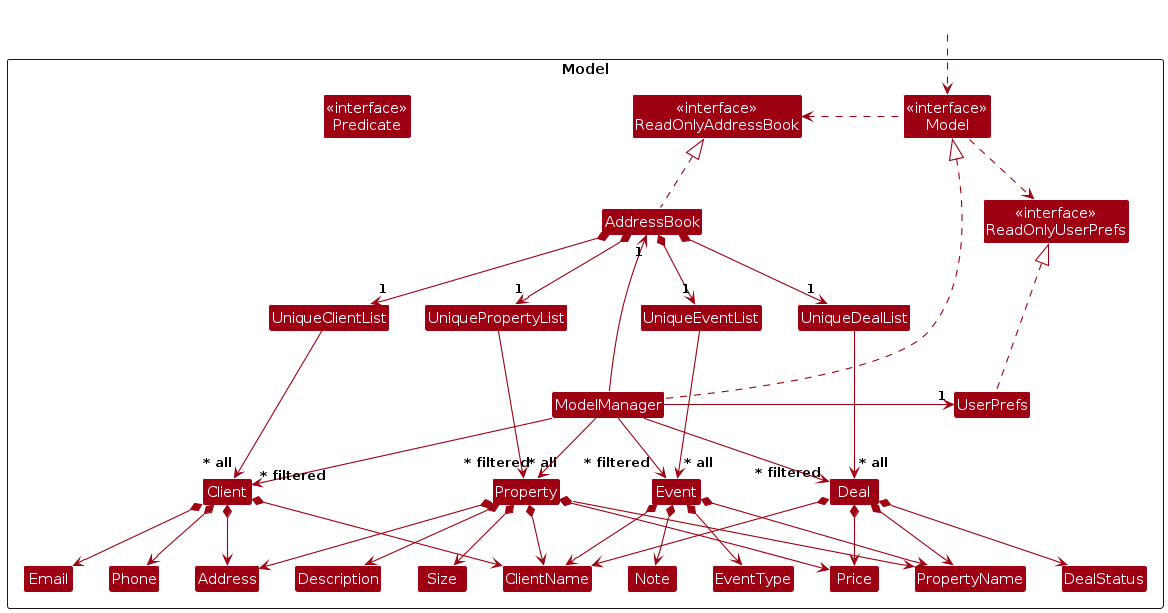
This is diagrams/ModelClassDiagram.png from githubcsuser/tp, a PlantUML export, as it was before one commit. Its source is kept beside it as diagrams/ModelClassDiagram.puml.
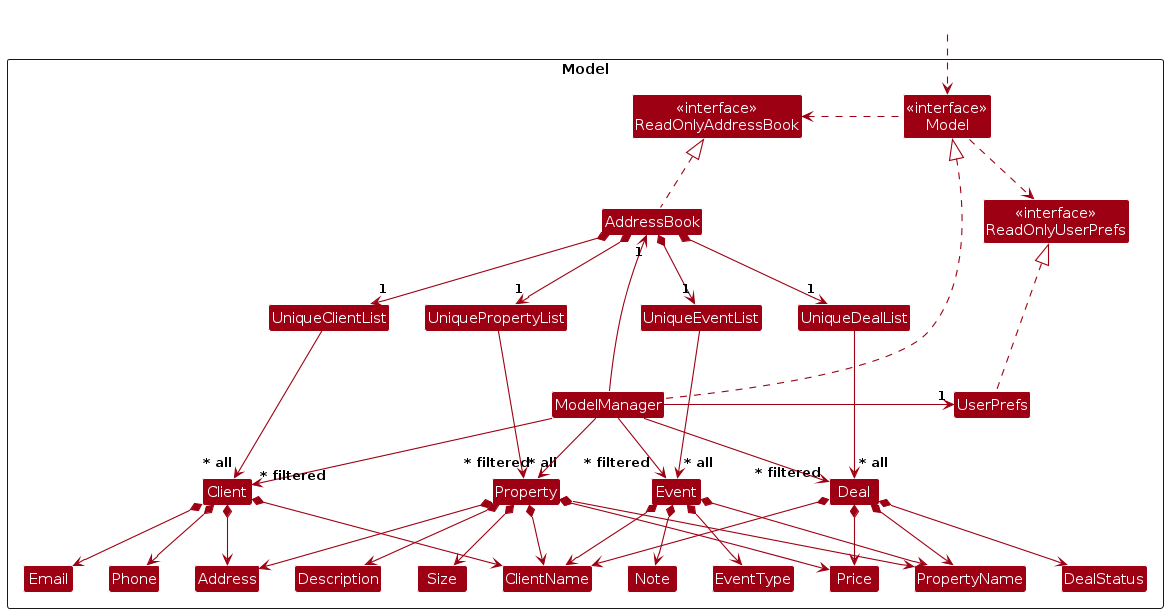
The same diagram one commit later.

What changed in the source:
```diff
@@ -8,7 +8,6 @@
 Class "<<interface>>\nReadOnlyAddressBook" as ReadOnlyAddressBook
 Class "<<interface>>\nReadOnlyUserPrefs" as ReadOnlyUserPrefs
 Class "<<interface>>\nModel" as Model
-Class "<<interface>>\nPredicate" as Predicate
 Class AddressBook
 Class ModelManager
 Class UserPrefs
```
